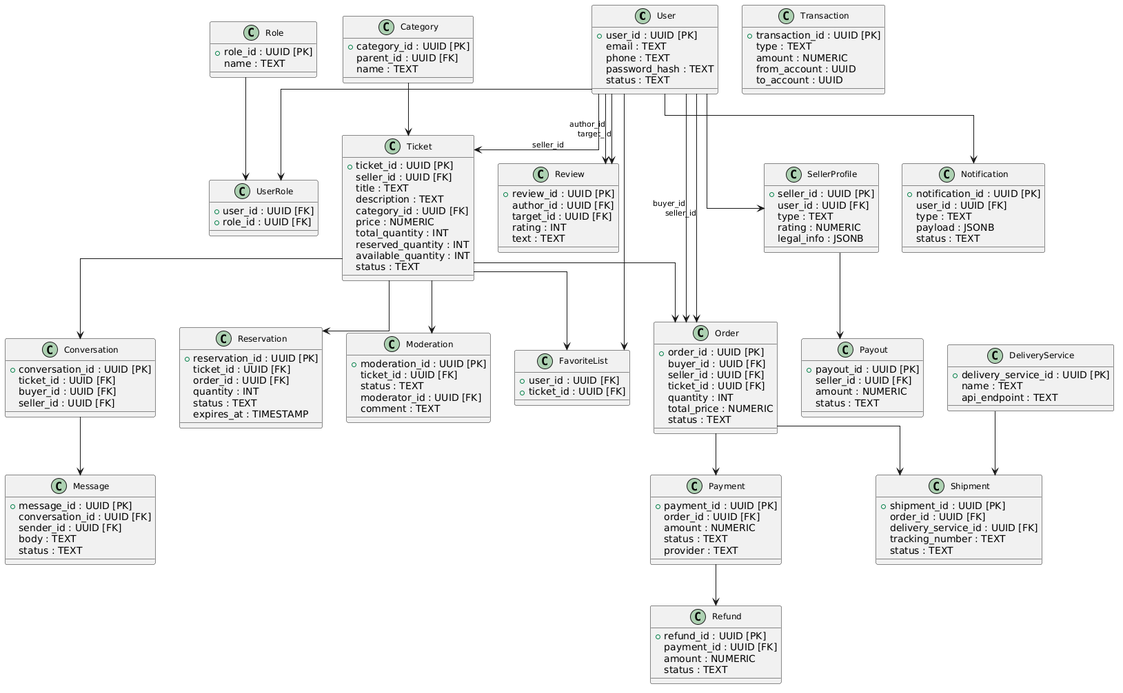
Before: doc/images/Data Scheme.png, a diagram exported from PlantUML (blackmittel/OtusSystemDesign).
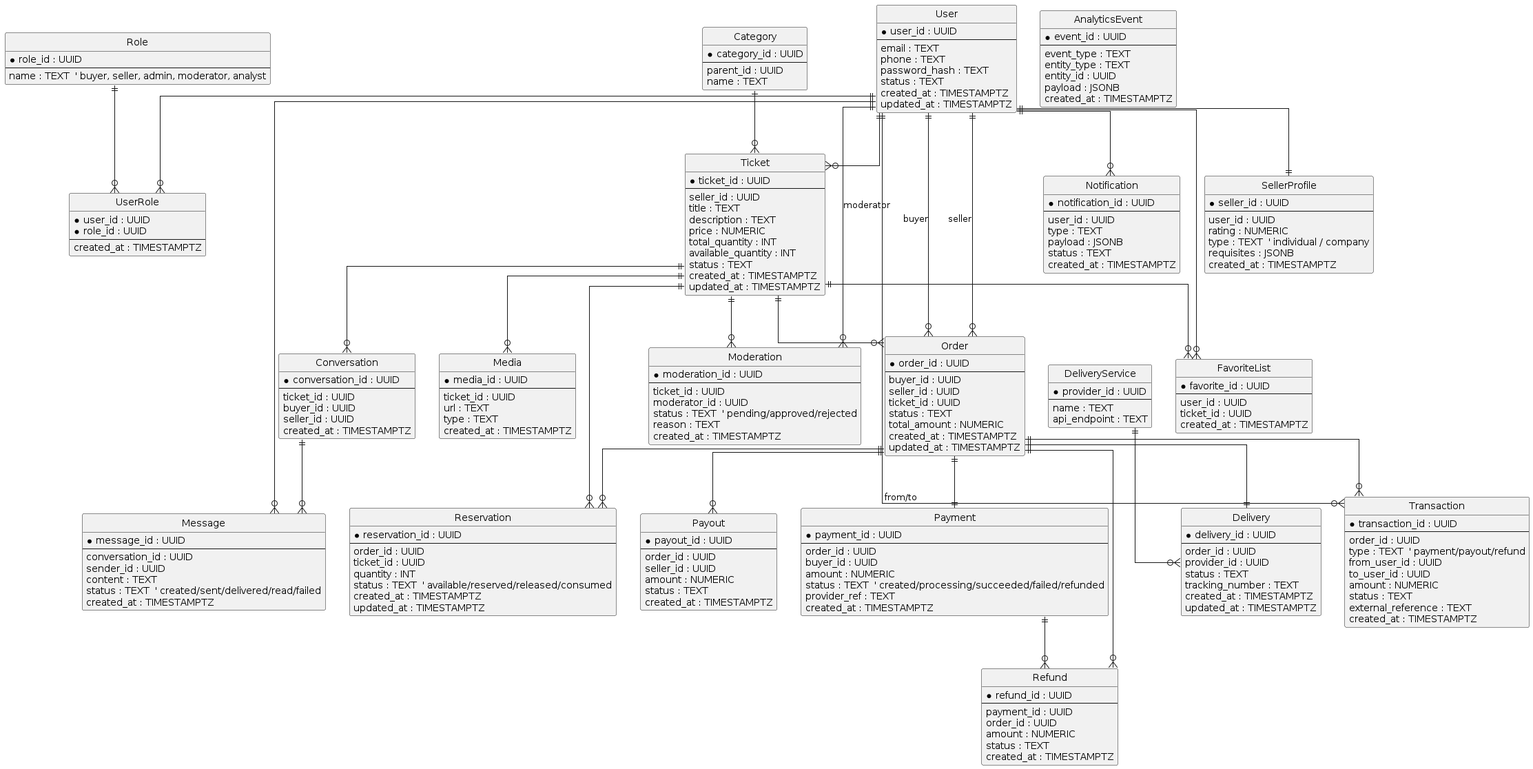
Above is the later version.

Change to the diagram source:
```diff
@@ -1,173 +1,264 @@
 @startuml
+hide circle
 skinparam linetype ortho
-skinparam ranksep 0.5
-skinparam nodesep 0.5
-skinparam shadowing false
-skinparam ArrowFontSize 11
-skinparam classFontSize 12
-top to bottom direction
+skinparam entityAttributeIconSize 0
 
-class User {
-  + user_id : UUID [PK]
+
+entity User {
+  *user_id : UUID
+  --
   email : TEXT
   phone : TEXT
   password_hash : TEXT
   status : TEXT
+  created_at : TIMESTAMPTZ
+  updated_at : TIMESTAMPTZ
 }
-class Role {
-  + role_id : UUID [PK]
+
+entity Role {
+  *role_id : UUID
+  --
+  name : TEXT  ' buyer, seller, admin, moderator, analyst
+}
+
+entity UserRole {
+  *user_id : UUID
+  *role_id : UUID
+  --
+  created_at : TIMESTAMPTZ
+}
+
+entity SellerProfile {
+  *seller_id : UUID
+  --
+  user_id : UUID
+  rating : NUMERIC
+  type : TEXT  ' individual / company
+  requisites : JSONB
+  created_at : TIMESTAMPTZ
+}
+
+
+entity Ticket {
+  *ticket_id : UUID
+  --
+  seller_id : UUID
+  title : TEXT
+  description : TEXT
+  price : NUMERIC
+  total_quantity : INT
+  available_quantity : INT
+  status : TEXT
+  created_at : TIMESTAMPTZ
+  updated_at : TIMESTAMPTZ
+}
+
+entity Category {
+  *category_id : UUID
+  --
+  parent_id : UUID
   name : TEXT
 }
-class UserRole {
-  + user_id : UUID [FK]
-  + role_id : UUID [FK]
-}
-class SellerProfile {
-  + seller_id : UUID [PK]
-  user_id : UUID [FK]
-  type : TEXT
-  rating : NUMERIC
-  legal_info : JSONB
+
+entity FavoriteList {
+  *favorite_id : UUID
+  --
+  user_id : UUID
+  ticket_id : UUID
+  created_at : TIMESTAMPTZ
 }
 
-User --> UserRole
-Role --> UserRole
-User --> SellerProfile
 
-class Ticket {
-  + ticket_id : UUID [PK]
-  seller_id : UUID [FK]
-  title : TEXT
-  description : TEXT
-  category_id : UUID [FK]
-  price : NUMERIC
-  total_quantity : INT
-  reserved_quantity : INT
-  available_quantity : INT
+entity Order {
+  *order_id : UUID
+  --
+  buyer_id : UUID
+  seller_id : UUID
+  ticket_id : UUID
   status : TEXT
-}
-class Moderation {
-  + moderation_id : UUID [PK]
-  ticket_id : UUID [FK]
-  status : TEXT
-  moderator_id : UUID [FK]
-  comment : TEXT
-}
-class Conversation {
-  + conversation_id : UUID [PK]
-  ticket_id : UUID [FK]
-  buyer_id : UUID [FK]
-  seller_id : UUID [FK]
-}
-class Message {
-  + message_id : UUID [PK]
-  conversation_id : UUID [FK]
-  sender_id : UUID [FK]
-  body : TEXT
-  status : TEXT
-}
-class Reservation {
-  + reservation_id : UUID [PK]
-  ticket_id : UUID [FK]
-  order_id : UUID [FK]
-  quantity : INT
-  status : TEXT
-  expires_at : TIMESTAMP
-}
-class Category {
-  + category_id : UUID [PK]
-  parent_id : UUID [FK]
-  name : TEXT
-}
-class FavoriteList {
-  + user_id : UUID [FK]
-  + ticket_id : UUID [FK]
+  total_amount : NUMERIC
+  created_at : TIMESTAMPTZ
+  updated_at : TIMESTAMPTZ
 }
 
-User --> Ticket : seller_id
-Ticket --> Moderation
-Ticket --> Conversation
-Conversation --> Message
-Ticket --> Reservation
-Category --> Ticket
-User --> FavoriteList
-Ticket --> FavoriteList
-
-class Order {
-  + order_id : UUID [PK]
-  buyer_id : UUID [FK]
-  seller_id : UUID [FK]
-  ticket_id : UUID [FK]
+entity Reservation {
+  *reservation_id : UUID
+  --
+  order_id : UUID
+  ticket_id : UUID
   quantity : INT
-  total_price : NUMERIC
-  status : TEXT
-}
-class Payment {
-  + payment_id : UUID [PK]
-  order_id : UUID [FK]
-  amount : NUMERIC
-  status : TEXT
-  provider : TEXT
-}
-class Transaction {
-  + transaction_id : UUID [PK]
-  type : TEXT
-  amount : NUMERIC
-  from_account : UUID
-  to_account : UUID
-}
-class Payout {
-  + payout_id : UUID [PK]
-  seller_id : UUID [FK]
-  amount : NUMERIC
-  status : TEXT
-}
-class Refund {
-  + refund_id : UUID [PK]
-  payment_id : UUID [FK]
-  amount : NUMERIC
-  status : TEXT
+  status : TEXT  ' available/reserved/released/consumed
+  created_at : TIMESTAMPTZ
+  updated_at : TIMESTAMPTZ
 }
 
-User --> Order : buyer_id
-User --> Order : seller_id
-Ticket --> Order
-Order --> Payment
-Payment --> Refund
-SellerProfile --> Payout
+entity Delivery {
+  *delivery_id : UUID
+  --
+  order_id : UUID
+  provider_id : UUID
+  status : TEXT
+  tracking_number : TEXT
+  created_at : TIMESTAMPTZ
+  updated_at : TIMESTAMPTZ
+}
 
-class Shipment {
-  + shipment_id : UUID [PK]
-  order_id : UUID [FK]
-  delivery_service_id : UUID [FK]
-  tracking_number : TEXT
-  status : TEXT
-}
-class DeliveryService {
-  + delivery_service_id : UUID [PK]
+entity DeliveryService {
+  *provider_id : UUID
+  --
   name : TEXT
   api_endpoint : TEXT
 }
 
-Order --> Shipment
-DeliveryService --> Shipment
 
-class Notification {
-  + notification_id : UUID [PK]
-  user_id : UUID [FK]
+entity Conversation {
+  *conversation_id : UUID
+  --
+  ticket_id : UUID
+  buyer_id : UUID
+  seller_id : UUID
+  created_at : TIMESTAMPTZ
+}
+
+entity Message {
+  *message_id : UUID
+  --
+  conversation_id : UUID
+  sender_id : UUID
+  content : TEXT
+  status : TEXT  ' created/sent/delivered/read/failed
+  created_at : TIMESTAMPTZ
+}
+
+
+entity Payment {
+  *payment_id : UUID
+  --
+  order_id : UUID
+  buyer_id : UUID
+  amount : NUMERIC
+  status : TEXT  ' created/processing/succeeded/failed/refunded
+  provider_ref : TEXT
+  created_at : TIMESTAMPTZ
+}
+
+entity Payout {
+  *payout_id : UUID
+  --
+  order_id : UUID
+  seller_id : UUID
+  amount : NUMERIC
+  status : TEXT
+  created_at : TIMESTAMPTZ
+}
+
+entity Refund {
+  *refund_id : UUID
+  --
+  payment_id : UUID
+  order_id : UUID
+  amount : NUMERIC
+  status : TEXT
+  created_at : TIMESTAMPTZ
+}
+
+entity Transaction {
+  *transaction_id : UUID
+  --
+  order_id : UUID
+  type : TEXT  ' payment/payout/refund
+  from_user_id : UUID
+  to_user_id : UUID
+  amount : NUMERIC
+  status : TEXT
+  external_reference : TEXT
+  created_at : TIMESTAMPTZ
+}
+
+
+entity Moderation {
+  *moderation_id : UUID
+  --
+  ticket_id : UUID
+  moderator_id : UUID
+  status : TEXT  ' pending/approved/rejected
+  reason : TEXT
+  created_at : TIMESTAMPTZ
+}
+
+
+entity Notification {
+  *notification_id : UUID
+  --
+  user_id : UUID
   type : TEXT
   payload : JSONB
   status : TEXT
-}
-class Review {
-  + review_id : UUID [PK]
-  author_id : UUID [FK]
-  target_id : UUID [FK]
-  rating : INT
-  text : TEXT
+  created_at : TIMESTAMPTZ
 }
 
-User --> Notification
-User --> Review : author_id
-User --> Review : target_id
+
+entity Media {
+  *media_id : UUID
+  --
+  ticket_id : UUID
+  url : TEXT
+  type : TEXT
+  created_at : TIMESTAMPTZ
+}
+
+
+entity AnalyticsEvent {
+  *event_id : UUID
+  --
+  event_type : TEXT
+  entity_type : TEXT
+  entity_id : UUID
+  payload : JSONB
+  created_at : TIMESTAMPTZ
+}
+
+
+User ||--o{ UserRole
+Role ||--o{ UserRole
+
+User ||--|| SellerProfile
+
+User ||--o{ Ticket
+Category ||--o{ Ticket
+
+User ||--o{ Order : buyer
+User ||--o{ Order : seller
+
+Ticket ||--o{ Order
+
+Order ||--|| Payment
+Order ||--o{ Payout
+Order ||--o{ Refund
+Order ||--o{ Transaction
+Order ||--|| Delivery
+Order ||--o{ Reservation
+
+DeliveryService ||--o{ Delivery
+
+Ticket ||--o{ Reservation
+
+Ticket ||--o{ Conversation
+Conversation ||--o{ Message
+
+User ||--o{ Message
+
+User ||--o{ FavoriteList
+Ticket ||--o{ FavoriteList
+
+Ticket ||--o{ Moderation
+User ||--o{ Moderation : moderator
+
+User ||--o{ Notification
+
+Ticket ||--o{ Media
+
+Payment ||--o{ Refund
+
+User ||--o{ Transaction : from/to
 @enduml
```
